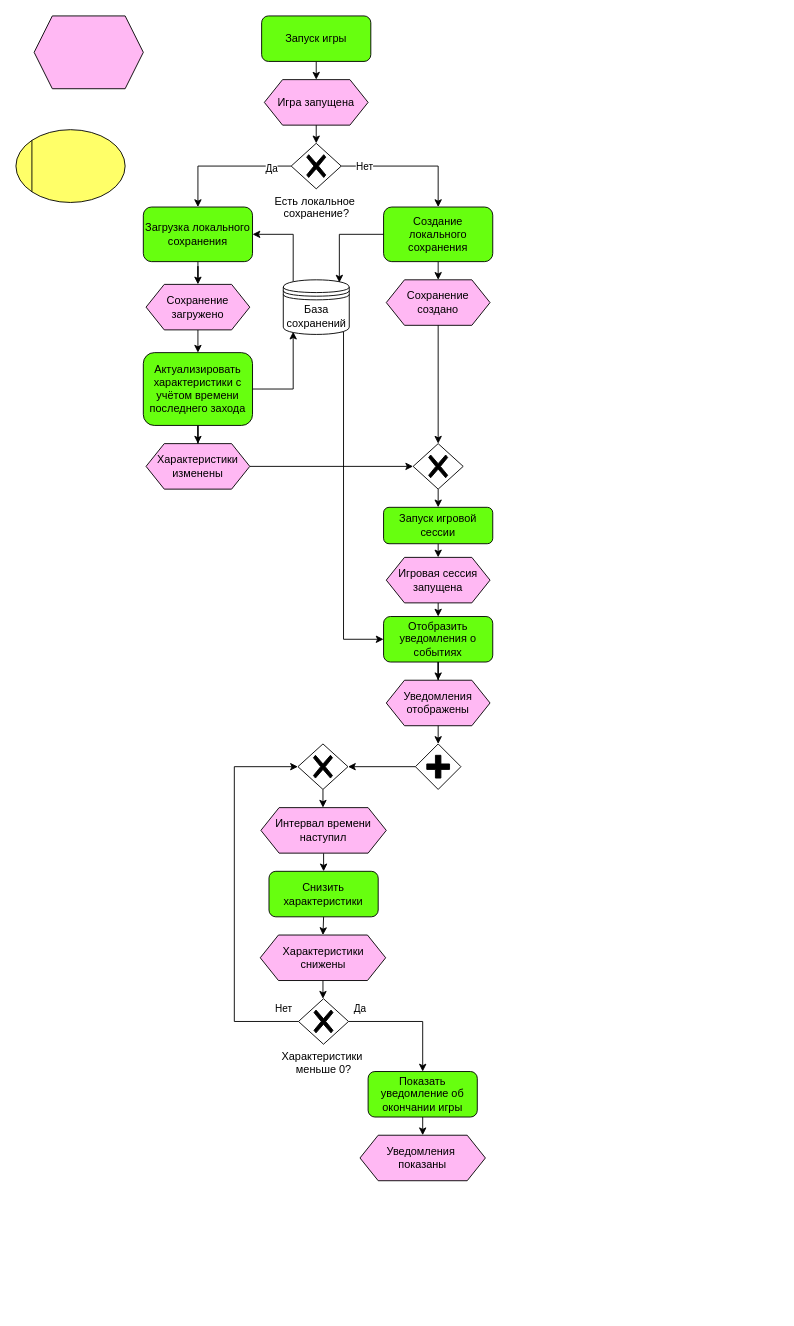
Above: EPC ССМ.drawio in Andeco1/DrawIo (draw.io), before the change. Source tidied: cells renumbered, new cells numbered last; positions are measured from the earlier drawing's top-left corner, leaving out a move shared by most shapes. Both pictures are drawn from the tidied source at 91%, with x=0, y=0 at pixel (15, 15).
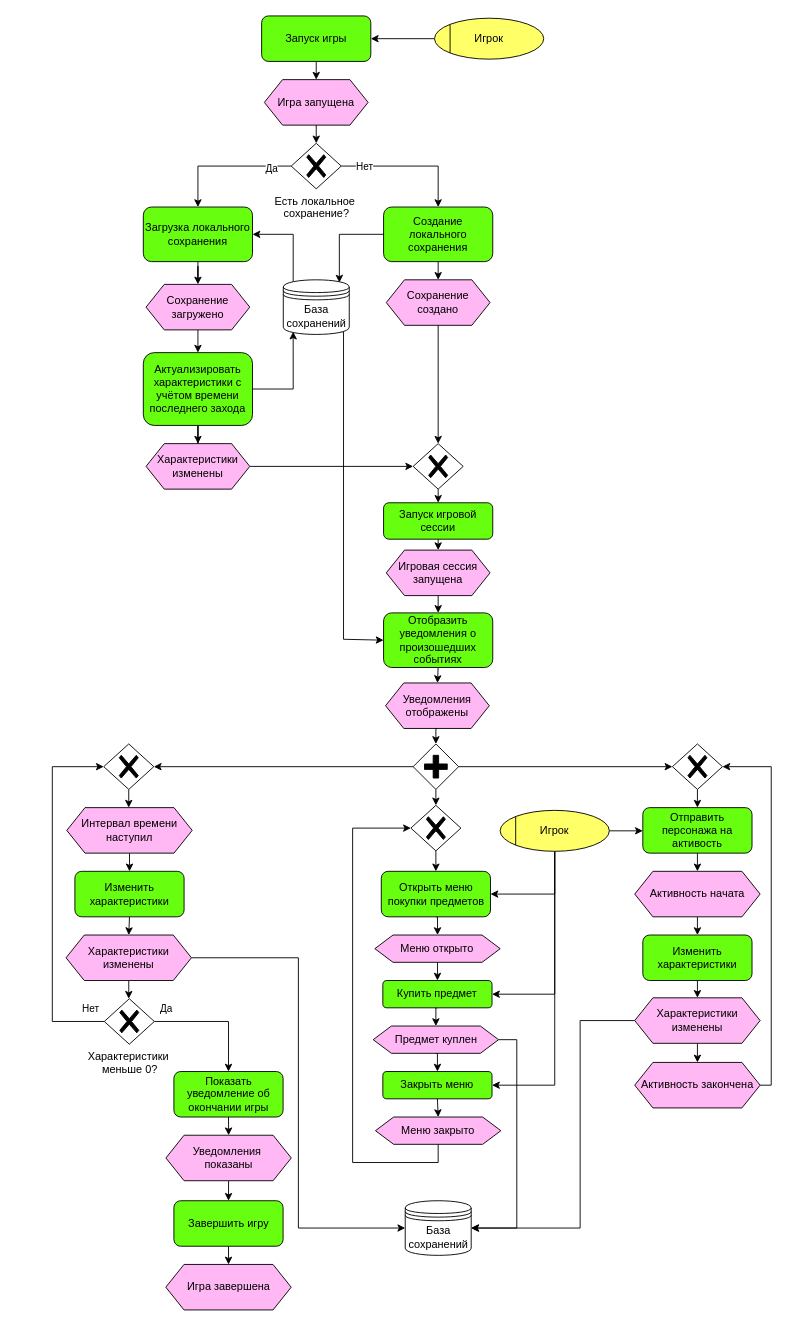
The same page after the edit.

Unchanged cells that the change refers to:
```xml
<mxCell id="3" value="Запуск игры" style="rounded=1;whiteSpace=wrap;html=1;fillColor=#67FF0F;" parent="1" vertex="1">
  <mxGeometry x="270" width="120" height="50" as="geometry" />
</mxCell>
```

The edit, as a diff of the source:
```diff
@@
-    <mxCell id="4" style="shape=hexagon;perimeter=hexagonPerimeter2;whiteSpace=wrap;html=1;fixedSize=1;fillColor=#FFB8F3;" parent="1" vertex="1">
-      <mxGeometry x="20" width="120" height="80" as="geometry" />
-    </mxCell>
-    <mxCell id="5" style="ellipse;whiteSpace=wrap;html=1;fillColor=#FFFF68;" parent="1" vertex="1">
-      <mxGeometry y="125" width="120" height="80" as="geometry" />
-    </mxCell>
-    <mxCell id="6" style="endArrow=none;html=1;rounded=0;entryX=0;entryY=0;entryDx=0;entryDy=0;exitX=0;exitY=1;exitDx=0;exitDy=0;" parent="1" edge="1" source="5" target="5">
-      <mxGeometry relative="1" as="geometry" />
-    </mxCell>
@@
     <mxCell id="26" value="Запуск игровой сессии" style="rounded=1;whiteSpace=wrap;html=1;fillColor=#67FF0F;" parent="1" vertex="1">
-      <mxGeometry x="404" y="540" width="120" height="40" as="geometry" />
+      <mxGeometry x="404" y="535" width="120" height="40" as="geometry" />
     </mxCell>
@@
     <mxCell id="28" value="Игровая сессия запущена" style="shape=hexagon;perimeter=hexagonPerimeter2;whiteSpace=wrap;html=1;fixedSize=1;fillColor=#FFB8F3;" parent="1" vertex="1">
-      <mxGeometry x="407" y="595" width="114" height="50" as="geometry" />
+      <mxGeometry x="407" y="587" width="114" height="50" as="geometry" />
     </mxCell>
@@
-    <mxCell id="37" style="edgeStyle=orthogonalEdgeStyle;rounded=0;jettySize=auto;html=1;exitX=0.5;exitY=1;exitDx=0;exitDy=0;" parent="1" edge="1" source="38" target="39">
+    <mxCell id="37" style="edgeStyle=orthogonalEdgeStyle;rounded=0;jettySize=auto;html=1;exitX=0.5;exitY=1;exitDx=0;exitDy=0;entryX=0.5;entryY=0;entryDx=0;entryDy=0;" parent="1" edge="1" source="38" target="39">
       <mxGeometry relative="1" as="geometry" />
     </mxCell>
-    <mxCell id="38" value="Отобразить уведомления о событиях" style="rounded=1;whiteSpace=wrap;html=1;fillColor=#67FF0F;" parent="1" vertex="1">
-      <mxGeometry x="404" y="660" width="120" height="50" as="geometry" />
+    <mxCell id="38" value="Отобразить уведомления о произошедших событиях" style="rounded=1;whiteSpace=wrap;html=1;fillColor=#67FF0F;" parent="1" vertex="1">
+      <mxGeometry x="404" y="656" width="120" height="60" as="geometry" />
     </mxCell>
     <mxCell id="39" value="Уведомления отображены" style="shape=hexagon;perimeter=hexagonPerimeter2;whiteSpace=wrap;html=1;fixedSize=1;fillColor=#FFB8F3;" parent="1" vertex="1">
-      <mxGeometry x="407" y="730" width="114" height="50" as="geometry" />
+      <mxGeometry x="406.2" y="733" width="114" height="50" as="geometry" />
     </mxCell>
@@
     <mxCell id="41" style="points=[[0.25,0.25,0],[0.5,0,0],[0.75,0.25,0],[1,0.5,0],[0.75,0.75,0],[0.5,1,0],[0.25,0.75,0],[0,0.5,0]];shape=mxgraph.bpmn.gateway2;html=1;verticalLabelPosition=bottom;labelBackgroundColor=#ffffff;verticalAlign=top;align=center;perimeter=rhombusPerimeter;outlineConnect=0;outline=none;symbol=none;gwType=parallel;" parent="1" vertex="1">
-      <mxGeometry x="439" y="800" width="50" height="50" as="geometry" />
+      <mxGeometry x="436.5" y="800" width="50" height="50" as="geometry" />
     </mxCell>
@@
     <mxCell id="44" value="Интервал времени наступил" style="shape=hexagon;perimeter=hexagonPerimeter2;whiteSpace=wrap;html=1;fixedSize=1;fillColor=#FFB8F3;" parent="1" vertex="1">
-      <mxGeometry x="269.2" y="870" width="137.8" height="50" as="geometry" />
+      <mxGeometry x="55.9" y="870" width="137.8" height="50" as="geometry" />
     </mxCell>
@@
-    <mxCell id="46" value="Снизить характеристики" style="rounded=1;whiteSpace=wrap;html=1;fillColor=#67FF0F;" parent="1" vertex="1">
-      <mxGeometry x="278.1" y="940" width="120" height="50" as="geometry" />
+    <mxCell id="46" value="Изменить характеристики" style="rounded=1;whiteSpace=wrap;html=1;fillColor=#67FF0F;" parent="1" vertex="1">
+      <mxGeometry x="64.8" y="940" width="120" height="50" as="geometry" />
     </mxCell>
@@
+    <mxCell id="59" style="edgeStyle=orthogonalEdgeStyle;rounded=0;jettySize=auto;html=1;exitX=1;exitY=0.5;exitDx=0;exitDy=0;entryX=0;entryY=0.5;entryDx=0;entryDy=0;" parent="1" edge="1" source="48" target="103">
+      <mxGeometry relative="1" as="geometry" />
+    </mxCell>
-    <mxCell id="48" value="Характеристики снижены" style="shape=hexagon;perimeter=hexagonPerimeter2;whiteSpace=wrap;html=1;fixedSize=1;fillColor=#FFB8F3;" parent="1" vertex="1">
-      <mxGeometry x="268.5" y="1010" width="137.8" height="50" as="geometry" />
+    <mxCell id="48" value="Характеристики изменены" style="shape=hexagon;perimeter=hexagonPerimeter2;whiteSpace=wrap;html=1;fixedSize=1;fillColor=#FFB8F3;" parent="1" vertex="1">
+      <mxGeometry x="55.1" y="1010" width="137.8" height="50" as="geometry" />
     </mxCell>
     <mxCell id="49" style="edgeStyle=orthogonalEdgeStyle;rounded=0;jettySize=auto;html=1;entryX=0;entryY=0.5;entryDx=0;entryDy=0;entryPerimeter=0;" parent="1" edge="1" source="53" target="55">
       <mxGeometry relative="1" as="geometry">
         <Array as="points">
-          <mxPoint x="240" y="1105" />
-          <mxPoint x="240" y="825" />
+          <mxPoint x="40" y="1105" />
+          <mxPoint x="40" y="825" />
         </Array>
       </mxGeometry>
     </mxCell>
@@
     <mxCell id="53" value="Характеристики&amp;nbsp;&lt;div&gt;меньше 0?&lt;/div&gt;" style="points=[[0.25,0.25,0],[0.5,0,0],[0.75,0.25,0],[1,0.5,0],[0.75,0.75,0],[0.5,1,0],[0.25,0.75,0],[0,0.5,0]];shape=mxgraph.bpmn.gateway2;html=1;verticalLabelPosition=bottom;labelBackgroundColor=#ffffff;verticalAlign=top;align=center;perimeter=rhombusPerimeter;outlineConnect=0;outline=none;symbol=none;gwType=exclusive;" parent="1" vertex="1">
-      <mxGeometry x="310.5" y="1080" width="55" height="50" as="geometry" />
+      <mxGeometry x="97.1" y="1080" width="55" height="50" as="geometry" />
     </mxCell>
@@
     <mxCell id="55" style="points=[[0.25,0.25,0],[0.5,0,0],[0.75,0.25,0],[1,0.5,0],[0.75,0.75,0],[0.5,1,0],[0.25,0.75,0],[0,0.5,0]];shape=mxgraph.bpmn.gateway2;html=1;verticalLabelPosition=bottom;labelBackgroundColor=#ffffff;verticalAlign=top;align=center;perimeter=rhombusPerimeter;outlineConnect=0;outline=none;symbol=none;gwType=exclusive;" parent="1" vertex="1">
-      <mxGeometry x="309.9" y="800" width="55" height="50" as="geometry" />
+      <mxGeometry x="96.5" y="800" width="55" height="50" as="geometry" />
     </mxCell>
@@
     <mxCell id="57" value="Показать уведомление об окончании игры" style="rounded=1;whiteSpace=wrap;html=1;fillColor=#67FF0F;" parent="1" vertex="1">
-      <mxGeometry x="387" y="1160" width="120" height="50" as="geometry" />
+      <mxGeometry x="173.6" y="1160" width="120" height="50" as="geometry" />
     </mxCell>
+    <mxCell id="60" style="edgeStyle=orthogonalEdgeStyle;rounded=0;jettySize=auto;html=1;exitX=0.5;exitY=1;exitDx=0;exitDy=0;entryX=0.5;entryY=0;entryDx=0;entryDy=0;" parent="1" edge="1" source="58" target="62">
+      <mxGeometry relative="1" as="geometry" />
+    </mxCell>
     <mxCell id="58" value="Уведомления&amp;nbsp;&lt;div&gt;показаны&lt;/div&gt;" style="shape=hexagon;perimeter=hexagonPerimeter2;whiteSpace=wrap;html=1;fixedSize=1;fillColor=#FFB8F3;" parent="1" vertex="1">
-      <mxGeometry x="378.1" y="1230" width="137.8" height="50" as="geometry" />
+      <mxGeometry x="164.8" y="1230" width="137.8" height="50" as="geometry" />
     </mxCell>
+    <mxCell id="61" style="edgeStyle=orthogonalEdgeStyle;rounded=0;jettySize=auto;html=1;exitX=0.5;exitY=1;exitDx=0;exitDy=0;entryX=0.5;entryY=0;entryDx=0;entryDy=0;" parent="1" edge="1" source="62" target="63">
+      <mxGeometry relative="1" as="geometry" />
+    </mxCell>
+    <mxCell id="62" value="Завершить игру" style="rounded=1;whiteSpace=wrap;html=1;fillColor=#67FF0F;" parent="1" vertex="1">
+      <mxGeometry x="173.6" y="1302" width="120" height="50" as="geometry" />
+    </mxCell>
+    <mxCell id="63" value="Игра завершена" style="shape=hexagon;perimeter=hexagonPerimeter2;whiteSpace=wrap;html=1;fixedSize=1;fillColor=#FFB8F3;" parent="1" vertex="1">
+      <mxGeometry x="164.7" y="1372" width="137.8" height="50" as="geometry" />
+    </mxCell>
+    <mxCell id="64" style="edgeStyle=orthogonalEdgeStyle;rounded=0;jettySize=auto;html=1;exitX=0.5;exitY=1;exitDx=0;exitDy=0;exitPerimeter=0;entryX=0.5;entryY=0;entryDx=0;entryDy=0;" parent="1" edge="1" source="65" target="68">
+      <mxGeometry relative="1" as="geometry" />
+    </mxCell>
+    <mxCell id="65" style="points=[[0.25,0.25,0],[0.5,0,0],[0.75,0.25,0],[1,0.5,0],[0.75,0.75,0],[0.5,1,0],[0.25,0.75,0],[0,0.5,0]];shape=mxgraph.bpmn.gateway2;html=1;verticalLabelPosition=bottom;labelBackgroundColor=#ffffff;verticalAlign=top;align=center;perimeter=rhombusPerimeter;outlineConnect=0;outline=none;symbol=none;gwType=exclusive;" parent="1" vertex="1">
+      <mxGeometry x="721.4" y="800" width="55" height="50" as="geometry" />
+    </mxCell>
+    <mxCell id="66" style="edgeStyle=orthogonalEdgeStyle;rounded=0;jettySize=auto;html=1;exitX=1;exitY=0.5;exitDx=0;exitDy=0;exitPerimeter=0;entryX=0;entryY=0.5;entryDx=0;entryDy=0;entryPerimeter=0;" parent="1" edge="1" source="41" target="65">
+      <mxGeometry relative="1" as="geometry" />
+    </mxCell>
+    <mxCell id="67" style="edgeStyle=orthogonalEdgeStyle;rounded=0;jettySize=auto;html=1;exitX=0.5;exitY=1;exitDx=0;exitDy=0;entryX=0.5;entryY=0;entryDx=0;entryDy=0;" parent="1" edge="1" source="68" target="79">
+      <mxGeometry relative="1" as="geometry" />
+    </mxCell>
+    <mxCell id="68" value="Отправить персонажа на активость" style="rounded=1;whiteSpace=wrap;html=1;fillColor=#67FF0F;" parent="1" vertex="1">
+      <mxGeometry x="688.9" y="870" width="120" height="50" as="geometry" />
+    </mxCell>
+    <mxCell id="69" style="edgeStyle=orthogonalEdgeStyle;rounded=0;jettySize=auto;html=1;exitX=0;exitY=0.5;exitDx=0;exitDy=0;entryX=1;entryY=0.5;entryDx=0;entryDy=0;" parent="1" edge="1" source="70" target="3">
+      <mxGeometry relative="1" as="geometry" />
+    </mxCell>
+    <mxCell id="70" value="Игрок" style="ellipse;whiteSpace=wrap;html=1;fillColor=#FFFF68;" parent="1" vertex="1">
+      <mxGeometry x="460" y="2.5" width="120" height="45" as="geometry" />
+    </mxCell>
+    <mxCell id="71" style="endArrow=none;html=1;rounded=0;entryX=0;entryY=0;entryDx=0;entryDy=0;exitX=0;exitY=1;exitDx=0;exitDy=0;" parent="1" edge="1" source="70" target="70">
+      <mxGeometry relative="1" as="geometry" />
+    </mxCell>
+    <mxCell id="72" style="edgeStyle=orthogonalEdgeStyle;rounded=0;jettySize=auto;html=1;exitX=1;exitY=0.5;exitDx=0;exitDy=0;entryX=0;entryY=0.5;entryDx=0;entryDy=0;" parent="1" edge="1" source="76" target="68">
+      <mxGeometry relative="1" as="geometry" />
+    </mxCell>
+    <mxCell id="73" style="edgeStyle=orthogonalEdgeStyle;rounded=0;jettySize=auto;html=1;exitX=0.5;exitY=1;exitDx=0;exitDy=0;entryX=1;entryY=0.5;entryDx=0;entryDy=0;" parent="1" edge="1" source="76" target="91">
+      <mxGeometry relative="1" as="geometry" />
+    </mxCell>
+    <mxCell id="74" style="edgeStyle=orthogonalEdgeStyle;rounded=0;jettySize=auto;html=1;exitX=0.5;exitY=1;exitDx=0;exitDy=0;entryX=1;entryY=0.5;entryDx=0;entryDy=0;" parent="1" edge="1" source="76" target="95">
+      <mxGeometry relative="1" as="geometry" />
+    </mxCell>
+    <mxCell id="75" style="edgeStyle=orthogonalEdgeStyle;rounded=0;jettySize=auto;html=1;exitX=0.5;exitY=1;exitDx=0;exitDy=0;entryX=1;entryY=0.5;entryDx=0;entryDy=0;" parent="1" edge="1" source="76" target="100">
+      <mxGeometry relative="1" as="geometry" />
+    </mxCell>
+    <mxCell id="76" value="Игрок" style="ellipse;whiteSpace=wrap;html=1;fillColor=#FFFF68;" parent="1" vertex="1">
+      <mxGeometry x="532.1" y="873" width="120" height="45" as="geometry" />
+    </mxCell>
+    <mxCell id="77" style="endArrow=none;html=1;rounded=0;entryX=0;entryY=0;entryDx=0;entryDy=0;exitX=0;exitY=1;exitDx=0;exitDy=0;" parent="1" edge="1" source="76" target="76">
+      <mxGeometry relative="1" as="geometry" />
+    </mxCell>
+    <mxCell id="78" style="edgeStyle=orthogonalEdgeStyle;rounded=0;jettySize=auto;html=1;exitX=0.5;exitY=1;exitDx=0;exitDy=0;entryX=0.5;entryY=0;entryDx=0;entryDy=0;" parent="1" edge="1" source="79" target="81">
+      <mxGeometry relative="1" as="geometry" />
+    </mxCell>
+    <mxCell id="79" value="Активность начата" style="shape=hexagon;perimeter=hexagonPerimeter2;whiteSpace=wrap;html=1;fixedSize=1;fillColor=#FFB8F3;" parent="1" vertex="1">
+      <mxGeometry x="680" y="940" width="137.8" height="50" as="geometry" />
+    </mxCell>
+    <mxCell id="80" style="edgeStyle=orthogonalEdgeStyle;rounded=0;jettySize=auto;html=1;exitX=0.5;exitY=1;exitDx=0;exitDy=0;entryX=0.5;entryY=0;entryDx=0;entryDy=0;" parent="1" edge="1" source="81" target="84">
+      <mxGeometry relative="1" as="geometry" />
+    </mxCell>
+    <mxCell id="81" value="Изменить характеристики" style="rounded=1;whiteSpace=wrap;html=1;fillColor=#67FF0F;" parent="1" vertex="1">
+      <mxGeometry x="688.9" y="1010" width="120" height="50" as="geometry" />
+    </mxCell>
+    <mxCell id="82" style="edgeStyle=orthogonalEdgeStyle;rounded=0;jettySize=auto;html=1;exitX=0.5;exitY=1;exitDx=0;exitDy=0;entryX=0.5;entryY=0;entryDx=0;entryDy=0;" parent="1" edge="1" source="84" target="85">
+      <mxGeometry relative="1" as="geometry" />
+    </mxCell>
+    <mxCell id="83" style="edgeStyle=orthogonalEdgeStyle;rounded=0;jettySize=auto;html=1;exitX=0;exitY=0.5;exitDx=0;exitDy=0;entryX=1;entryY=0.5;entryDx=0;entryDy=0;" parent="1" edge="1" source="84" target="103">
+      <mxGeometry relative="1" as="geometry">
+        <Array as="points">
+          <mxPoint x="620" y="1104" />
+          <mxPoint x="620" y="1332" />
+        </Array>
+      </mxGeometry>
+    </mxCell>
+    <mxCell id="84" value="Характеристики изменены" style="shape=hexagon;perimeter=hexagonPerimeter2;whiteSpace=wrap;html=1;fixedSize=1;fillColor=#FFB8F3;" parent="1" vertex="1">
+      <mxGeometry x="680" y="1079" width="137.8" height="50" as="geometry" />
+    </mxCell>
+    <mxCell id="85" value="Активность закончена" style="shape=hexagon;perimeter=hexagonPerimeter2;whiteSpace=wrap;html=1;fixedSize=1;fillColor=#FFB8F3;" parent="1" vertex="1">
+      <mxGeometry x="680" y="1150" width="137.8" height="50" as="geometry" />
+    </mxCell>
+    <mxCell id="86" style="edgeStyle=orthogonalEdgeStyle;rounded=0;jettySize=auto;html=1;exitX=1;exitY=0.5;exitDx=0;exitDy=0;entryX=1;entryY=0.5;entryDx=0;entryDy=0;entryPerimeter=0;" parent="1" edge="1" source="85" target="65">
+      <mxGeometry relative="1" as="geometry">
+        <Array as="points">
+          <mxPoint x="830" y="1175" />
+          <mxPoint x="830" y="825" />
+        </Array>
+      </mxGeometry>
+    </mxCell>
+    <mxCell id="87" style="edgeStyle=orthogonalEdgeStyle;rounded=0;jettySize=auto;html=1;exitX=0.5;exitY=1;exitDx=0;exitDy=0;exitPerimeter=0;entryX=0.5;entryY=0;entryDx=0;entryDy=0;" parent="1" edge="1" source="88" target="91">
+      <mxGeometry relative="1" as="geometry" />
+    </mxCell>
+    <mxCell id="88" style="points=[[0.25,0.25,0],[0.5,0,0],[0.75,0.25,0],[1,0.5,0],[0.75,0.75,0],[0.5,1,0],[0.25,0.75,0],[0,0.5,0]];shape=mxgraph.bpmn.gateway2;html=1;verticalLabelPosition=bottom;labelBackgroundColor=#ffffff;verticalAlign=top;align=center;perimeter=rhombusPerimeter;outlineConnect=0;outline=none;symbol=none;gwType=exclusive;" parent="1" vertex="1">
+      <mxGeometry x="434" y="867.5" width="55" height="50" as="geometry" />
+    </mxCell>
+    <mxCell id="89" style="edgeStyle=orthogonalEdgeStyle;rounded=0;jettySize=auto;html=1;exitX=0.5;exitY=1;exitDx=0;exitDy=0;exitPerimeter=0;entryX=0.5;entryY=0;entryDx=0;entryDy=0;entryPerimeter=0;" parent="1" edge="1" source="41" target="88">
+      <mxGeometry relative="1" as="geometry" />
+    </mxCell>
+    <mxCell id="90" style="edgeStyle=orthogonalEdgeStyle;rounded=0;jettySize=auto;html=1;exitX=0.5;exitY=1;exitDx=0;exitDy=0;entryX=0.5;entryY=0;entryDx=0;entryDy=0;" parent="1" edge="1" source="91" target="93">
+      <mxGeometry relative="1" as="geometry" />
+    </mxCell>
+    <mxCell id="91" value="Открыть меню покупки предметов" style="rounded=1;whiteSpace=wrap;html=1;fillColor=#67FF0F;" parent="1" vertex="1">
+      <mxGeometry x="401.5" y="940" width="120" height="50" as="geometry" />
+    </mxCell>
+    <mxCell id="92" style="edgeStyle=orthogonalEdgeStyle;rounded=0;jettySize=auto;html=1;exitX=0.5;exitY=1;exitDx=0;exitDy=0;entryX=0.5;entryY=0;entryDx=0;entryDy=0;" parent="1" edge="1" source="93" target="95">
+      <mxGeometry relative="1" as="geometry" />
+    </mxCell>
+    <mxCell id="93" value="Меню открыто" style="shape=hexagon;perimeter=hexagonPerimeter2;whiteSpace=wrap;html=1;fixedSize=1;fillColor=#FFB8F3;" parent="1" vertex="1">
+      <mxGeometry x="394.4" y="1010" width="137.8" height="30" as="geometry" />
+    </mxCell>
+    <mxCell id="94" style="edgeStyle=orthogonalEdgeStyle;rounded=0;jettySize=auto;html=1;exitX=0.5;exitY=1;exitDx=0;exitDy=0;entryX=0.5;entryY=0;entryDx=0;entryDy=0;" parent="1" edge="1" source="95" target="98">
+      <mxGeometry relative="1" as="geometry" />
+    </mxCell>
+    <mxCell id="95" value="Купить предмет" style="rounded=1;whiteSpace=wrap;html=1;fillColor=#67FF0F;" parent="1" vertex="1">
+      <mxGeometry x="403.2" y="1060" width="120" height="30" as="geometry" />
+    </mxCell>
+    <mxCell id="96" style="edgeStyle=orthogonalEdgeStyle;rounded=0;jettySize=auto;html=1;exitX=0.5;exitY=1;exitDx=0;exitDy=0;entryX=0.5;entryY=0;entryDx=0;entryDy=0;" parent="1" edge="1" source="98" target="100">
+      <mxGeometry relative="1" as="geometry" />
+    </mxCell>
+    <mxCell id="97" style="edgeStyle=orthogonalEdgeStyle;rounded=0;jettySize=auto;html=1;exitX=1;exitY=0.5;exitDx=0;exitDy=0;entryX=1;entryY=0.5;entryDx=0;entryDy=0;" parent="1" edge="1" source="98" target="103">
+      <mxGeometry relative="1" as="geometry" />
+    </mxCell>
+    <mxCell id="98" value="Предмет куплен" style="shape=hexagon;perimeter=hexagonPerimeter2;whiteSpace=wrap;html=1;fixedSize=1;fillColor=#FFB8F3;" parent="1" vertex="1">
+      <mxGeometry x="392.6" y="1110" width="137.8" height="30" as="geometry" />
+    </mxCell>
+    <mxCell id="99" style="edgeStyle=orthogonalEdgeStyle;rounded=0;jettySize=auto;html=1;exitX=0.5;exitY=1;exitDx=0;exitDy=0;entryX=0.5;entryY=0;entryDx=0;entryDy=0;" parent="1" edge="1" source="100" target="101">
+      <mxGeometry relative="1" as="geometry" />
+    </mxCell>
+    <mxCell id="100" value="Закрыть меню" style="rounded=1;whiteSpace=wrap;html=1;fillColor=#67FF0F;" parent="1" vertex="1">
+      <mxGeometry x="403.2" y="1160" width="120" height="30" as="geometry" />
+    </mxCell>
+    <mxCell id="101" value="Меню закрыто" style="shape=hexagon;perimeter=hexagonPerimeter2;whiteSpace=wrap;html=1;fixedSize=1;fillColor=#FFB8F3;" parent="1" vertex="1">
+      <mxGeometry x="395.1" y="1210" width="137.8" height="30" as="geometry" />
+    </mxCell>
+    <mxCell id="102" style="edgeStyle=orthogonalEdgeStyle;rounded=0;jettySize=auto;html=1;exitX=0.5;exitY=1;exitDx=0;exitDy=0;entryX=0;entryY=0.5;entryDx=0;entryDy=0;entryPerimeter=0;" parent="1" edge="1" source="101" target="88">
+      <mxGeometry relative="1" as="geometry">
+        <Array as="points">
+          <mxPoint x="464" y="1260" />
+          <mxPoint x="370" y="1260" />
+          <mxPoint x="370" y="892" />
+        </Array>
+      </mxGeometry>
+    </mxCell>
+    <mxCell id="103" value="База сохранений" style="shape=datastore;whiteSpace=wrap;html=1;" parent="1" vertex="1">
+      <mxGeometry x="427.8" y="1302" width="72.5" height="60" as="geometry" />
+    </mxCell>
```
